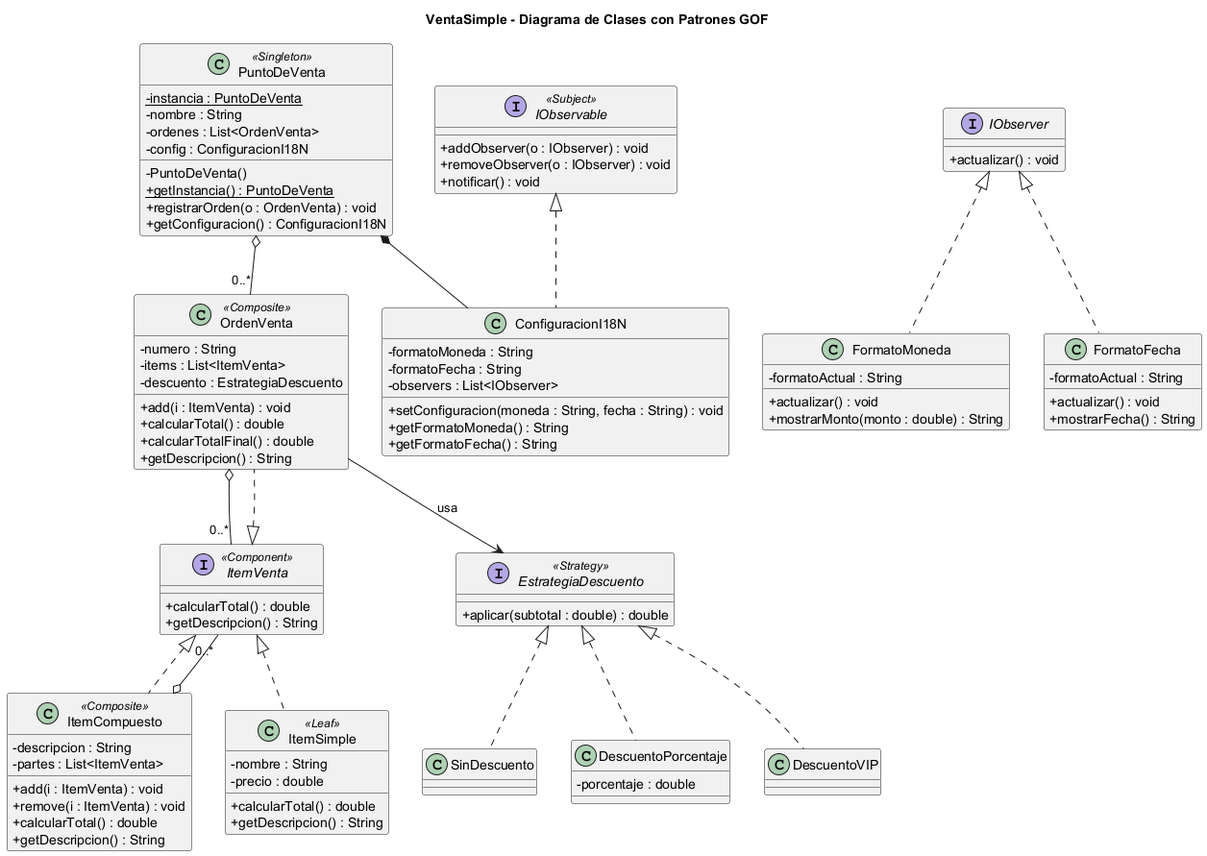
Before: docs/uml/VentaSimple-Clases.png, a diagram exported from PlantUML (santivicente/Items).
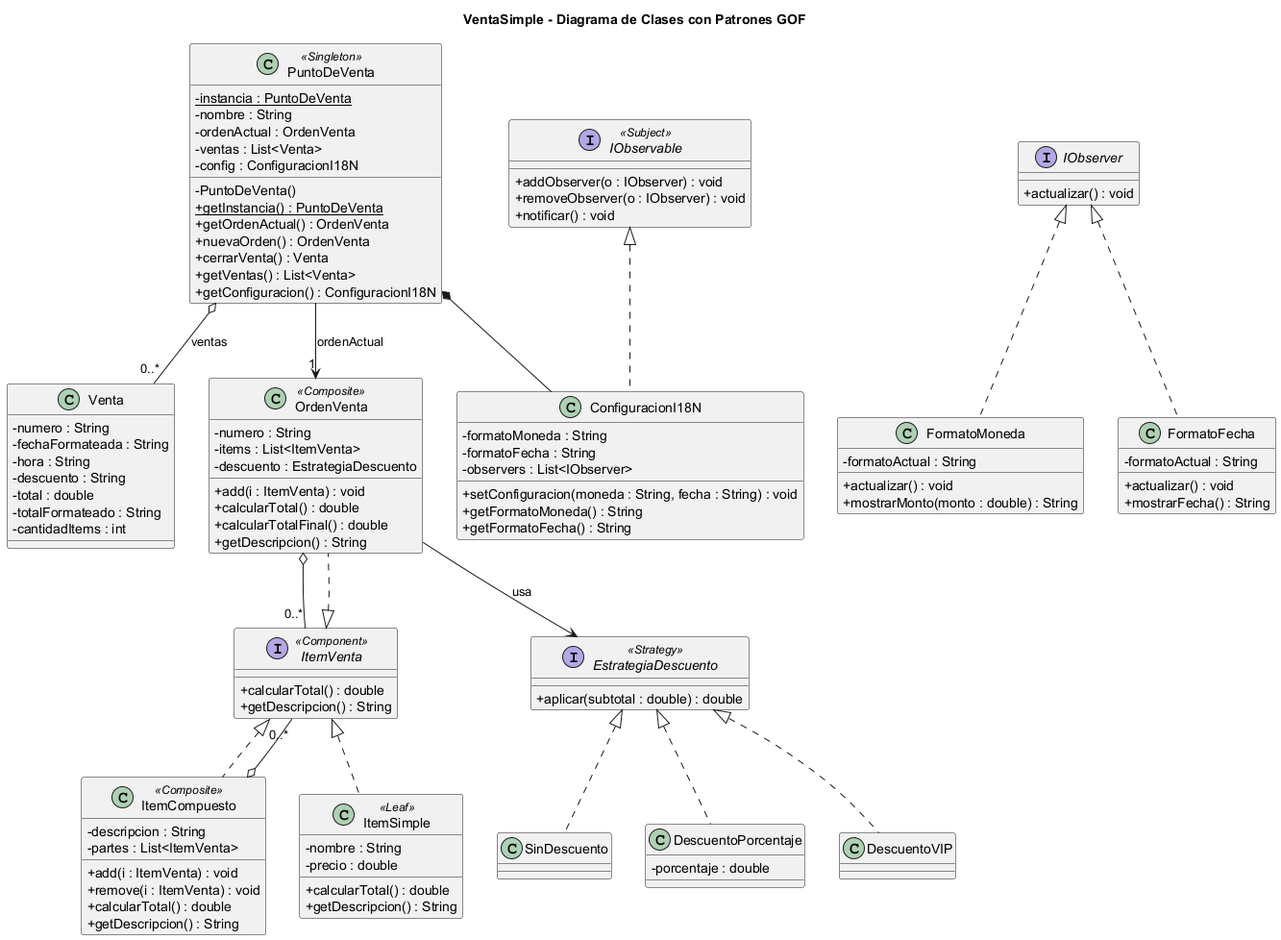
The same diagram one commit later.

Commit message:
docs(uml): actualizar diagrama de clases con Venta y registro de ventas en el Singleton

Change to the diagram source:
```diff
@@ -5,12 +5,26 @@
 class PuntoDeVenta <<Singleton>> {
   - {static} instancia : PuntoDeVenta
   - nombre : String
-  - ordenes : List<OrdenVenta>
+  - ordenActual : OrdenVenta
+  - ventas : List<Venta>
   - config : ConfiguracionI18N
   - PuntoDeVenta()
   + {static} getInstancia() : PuntoDeVenta
-  + registrarOrden(o : OrdenVenta) : void
+  + getOrdenActual() : OrdenVenta
+  + nuevaOrden() : OrdenVenta
+  + cerrarVenta() : Venta
+  + getVentas() : List<Venta>
   + getConfiguracion() : ConfiguracionI18N
+}
+
+class Venta {
+  - numero : String
+  - fechaFormateada : String
+  - hora : String
+  - descuento : String
+  - total : double
+  - totalFormateado : String
+  - cantidadItems : int
 }
 
 interface ItemVenta <<Component>> {
@@ -89,6 +103,7 @@
 IObserver <|.. FormatoMoneda
 IObserver <|.. FormatoFecha
 
-PuntoDeVenta o-- "0..*" OrdenVenta
+PuntoDeVenta --> "1" OrdenVenta : ordenActual
+PuntoDeVenta o-- "0..*" Venta : ventas
 PuntoDeVenta *-- ConfiguracionI18N
 @enduml
```
